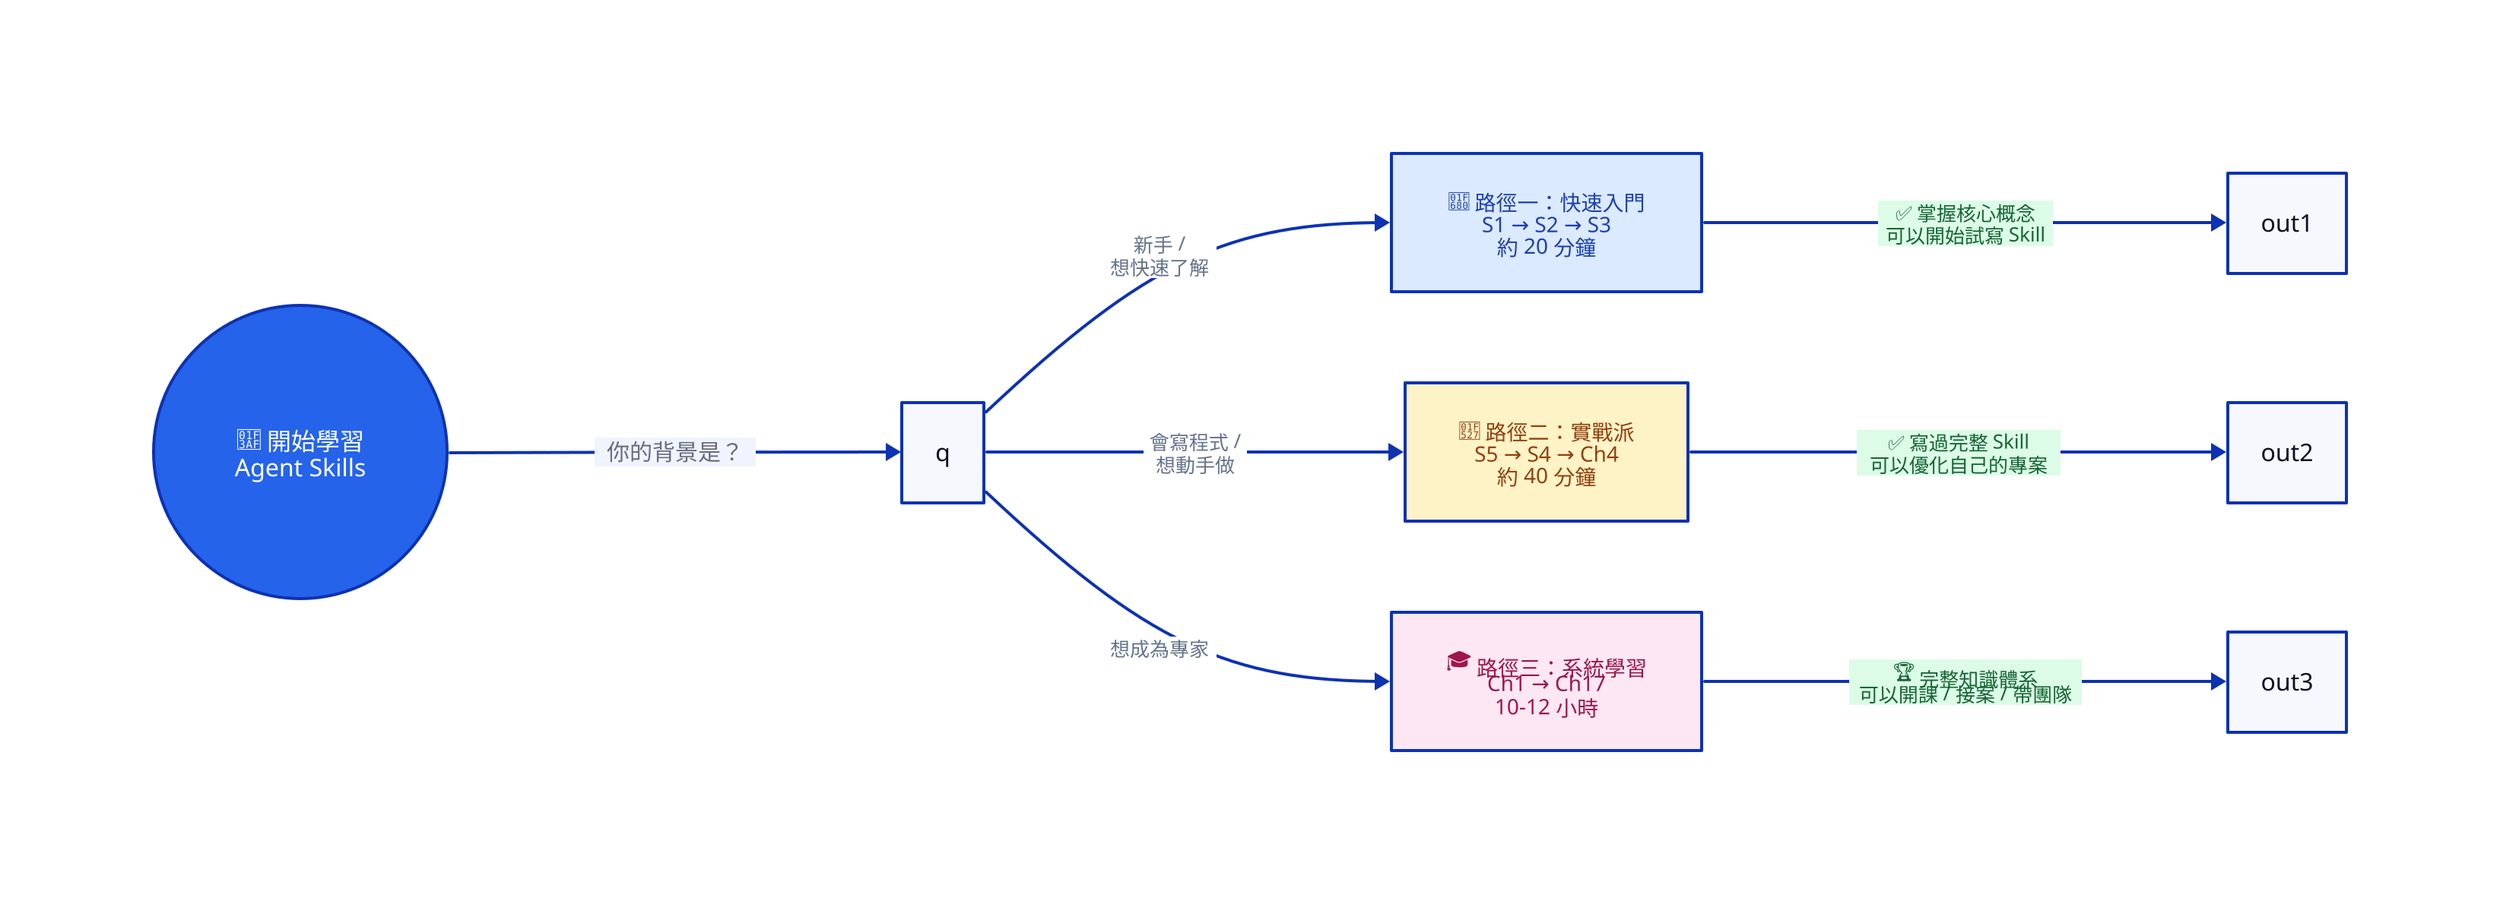
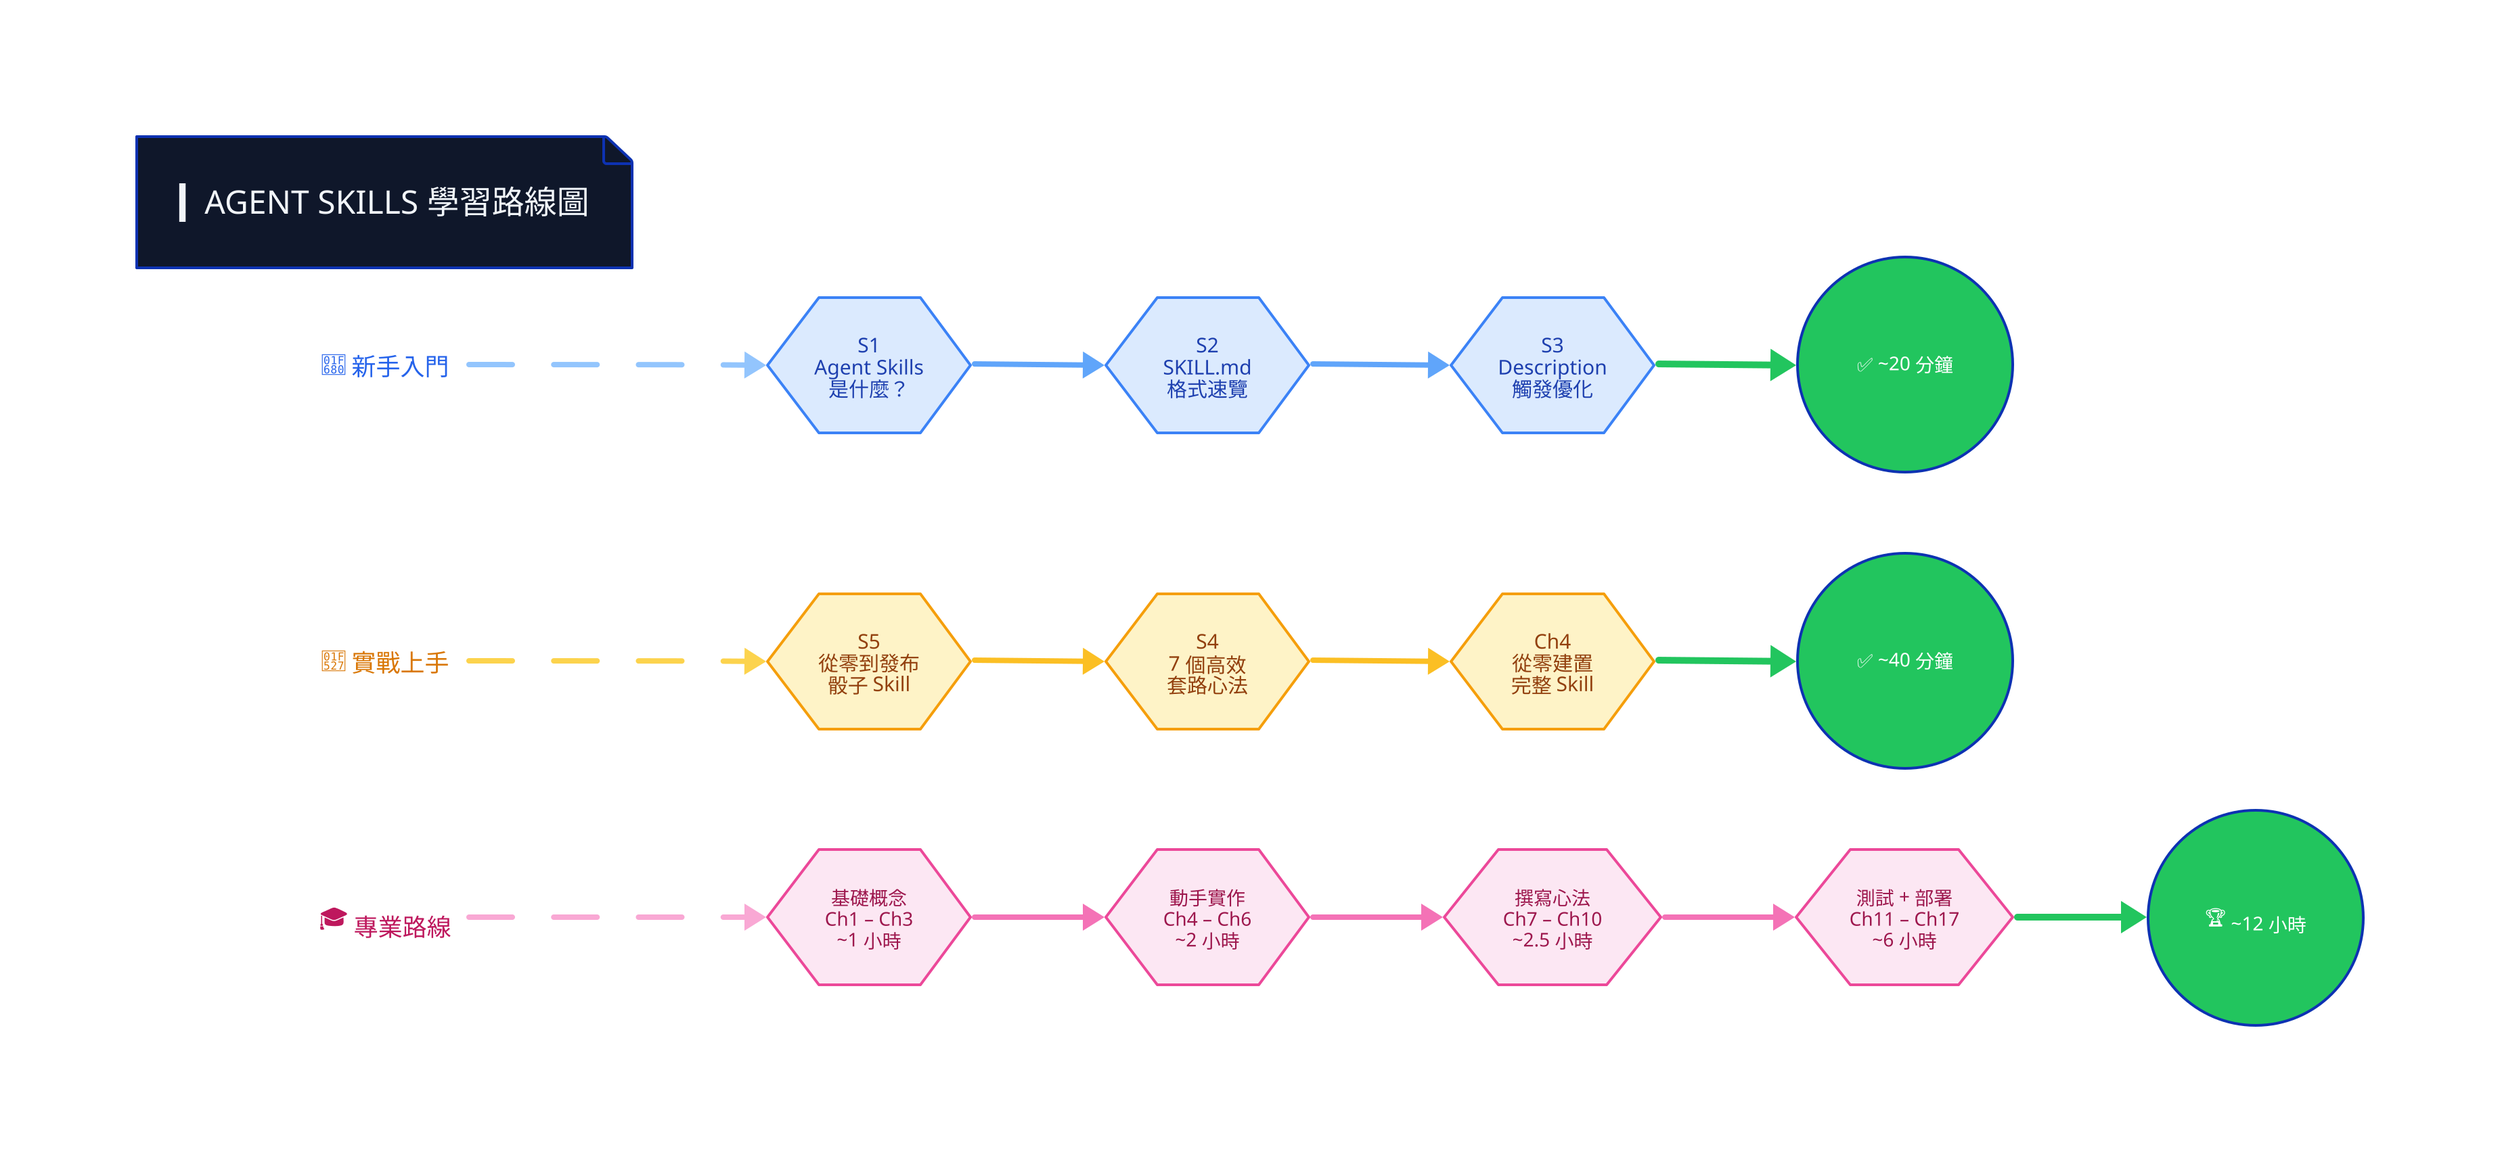
direction: right

- # 學習路線圖
- start: {
-   label: "🎯 開始學習\nAgent Skills"
-   shape: circle
-   style.fill: "#2563eb"
-   style.font-color: "white"
-   style.font-size: 16
+ title: {
+   label: "▎AGENT SKILLS 學習路線圖"
+   shape: page
+   style.fill: "#0f172a"
+   style.font-color: "#f1f5f9"
+   style.font-size: 24
  style.bold: true
}

- start -> q: "你的背景是？" {
-   style.fill: "#f0f4ff"
+ # ═══ Lane 1: 新手藍 ═══
+ L1_label: {
+   label: "🚀 新手入門"
+   style.font-size: 18
+   style.font-color: "#2563eb"
+   style.bold: true
+   shape: text
+ }
+ L1_label -> L1_S1: {
+   style.stroke: "#93c5fd"
+   style.stroke-width: 4
+   style.stroke-dash: 8
+ }
+ L1_S1: {
+   label: "S1\nAgent Skills\n是什麼？"
+   shape: hexagon
+   style.fill: "#dbeafe"
+   style.stroke: "#3b82f6"
+   style.stroke-width: 2
+   style.font-color: "#1e40af"
  style.font-size: 15
+   style.bold: true
+   width: 150
+   height: 100
+ }
+ L1_S1 -> L1_S2: { style.stroke: "#60a5fa"; style.stroke-width: 4 }
+ L1_S2: {
+   label: "S2\nSKILL.md\n格式速覽"
+   shape: hexagon
+   style.fill: "#dbeafe"; style.stroke: "#3b82f6"; style.stroke-width: 2
+   style.font-color: "#1e40af"; style.font-size: 15
+   width: 150; height: 100
+ }
+ L1_S2 -> L1_S3: { style.stroke: "#60a5fa"; style.stroke-width: 4 }
+ L1_S3: {
+   label: "S3\nDescription\n觸發優化"
+   shape: hexagon
+   style.fill: "#dbeafe"; style.stroke: "#3b82f6"; style.stroke-width: 2
+   style.font-color: "#1e40af"; style.font-size: 15
+   width: 150; height: 100
+ }
+ L1_S3 -> L1_DONE: { style.stroke: "#22c55e"; style.stroke-width: 5 }
+ L1_DONE: {
+   label: "✅ ~20 分鐘"
+   shape: circle
+   style.fill: "#22c55e"; style.font-color: "white";
+   style.font-size: 14; style.bold: true
}

- q -> r1: "新手 /\n想快速了解" {
-   style.font-color: "#64748b"
-   style.font-size: 13
+ # ═══ Lane 2: 實戰黃 ═══
+ L2_label: {
+   label: "🔧 實戰上手"
+   style.font-size: 18; style.font-color: "#d97706"; style.bold: true
+   shape: text
}
- q -> r2: "會寫程式 /\n想動手做" {
-   style.font-color: "#64748b"
-   style.font-size: 13
+ L2_label -> L2_S1: {
+   style.stroke: "#fcd34d"; style.stroke-width: 4; style.stroke-dash: 8
}
- q -> r3: "想成為專家" {
-   style.font-color: "#64748b"
-   style.font-size: 13
+ L2_S1: {
+   label: "S5\n從零到發布\n骰子 Skill"
+   shape: hexagon
+   style.fill: "#fef3c7"; style.stroke: "#f59e0b"; style.stroke-width: 2
+   style.font-color: "#92400e"; style.font-size: 15; style.bold: true
+   width: 150; height: 100
+ }
+ L2_S1 -> L2_S2: { style.stroke: "#fbbf24"; style.stroke-width: 4 }
+ L2_S2: {
+   label: "S4\n7 個高效\n套路心法"
+   shape: hexagon
+   style.fill: "#fef3c7"; style.stroke: "#f59e0b"; style.stroke-width: 2
+   style.font-color: "#92400e"; style.font-size: 15
+   width: 150; height: 100
+ }
+ L2_S2 -> L2_S3: { style.stroke: "#fbbf24"; style.stroke-width: 4 }
+ L2_S3: {
+   label: "Ch4\n從零建置\n完整 Skill"
+   shape: hexagon
+   style.fill: "#fef3c7"; style.stroke: "#f59e0b"; style.stroke-width: 2
+   style.font-color: "#92400e"; style.font-size: 15
+   width: 150; height: 100
+ }
+ L2_S3 -> L2_DONE: { style.stroke: "#22c55e"; style.stroke-width: 5 }
+ L2_DONE: {
+   label: "✅ ~40 分鐘"
+   shape: circle
+   style.fill: "#22c55e"; style.font-color: "white";
+   style.font-size: 14; style.bold: true
}

- r1: {
-   label: "🚀 路徑一：快速入門\nS1 → S2 → S3\n約 20 分鐘"
-   style.fill: "#dbeafe"
-   style.font-color: "#1e40af"
-   style.font-size: 14
+ # ═══ Lane 3: 專家粉 ═══
+ L3_label: {
+   label: "🎓 專業路線"
+   style.font-size: 18; style.font-color: "#be185d"; style.bold: true
+   shape: text
}
- r2: {
-   label: "🔧 路徑二：實戰派\nS5 → S4 → Ch4\n約 40 分鐘"
-   style.fill: "#fef3c7"
-   style.font-color: "#92400e"
-   style.font-size: 14
+ L3_label -> L3_S1: {
+   style.stroke: "#f9a8d4"; style.stroke-width: 4; style.stroke-dash: 8
}
- r3: {
-   label: "🎓 路徑三：系統學習\nCh1 → Ch17\n10-12 小時"
-   style.fill: "#fce7f3"
-   style.font-color: "#9d174d"
-   style.font-size: 14
+ L3_S1: {
+   label: "基礎概念\nCh1 – Ch3\n~1 小時"
+   shape: hexagon
+   style.fill: "#fce7f3"; style.stroke: "#ec4899"; style.stroke-width: 2
+   style.font-color: "#9d174d"; style.font-size: 14
+   width: 150; height: 100
}
- 
- r1 -> out1: {
-   label: "✅ 掌握核心概念\n可以開始試寫 Skill"
-   style.fill: "#dcfce7"
-   style.font-color: "#166534"
-   style.font-size: 13
+ L3_S1 -> L3_S2: { style.stroke: "#f472b6"; style.stroke-width: 4 }
+ L3_S2: {
+   label: "動手實作\nCh4 – Ch6\n~2 小時"
+   shape: hexagon
+   style.fill: "#fce7f3"; style.stroke: "#ec4899"; style.stroke-width: 2
+   style.font-color: "#9d174d"; style.font-size: 14
+   width: 150; height: 100
}
- r2 -> out2: {
-   label: "✅ 寫過完整 Skill\n可以優化自己的專案"
-   style.fill: "#dcfce7"
-   style.font-color: "#166534"
-   style.font-size: 13
+ L3_S2 -> L3_S3: { style.stroke: "#f472b6"; style.stroke-width: 4 }
+ L3_S3: {
+   label: "撰寫心法\nCh7 – Ch10\n~2.5 小時"
+   shape: hexagon
+   style.fill: "#fce7f3"; style.stroke: "#ec4899"; style.stroke-width: 2
+   style.font-color: "#9d174d"; style.font-size: 14
+   width: 160; height: 100
}
- r3 -> out3: {
-   label: "🏆 完整知識體系\n可以開課 / 接案 / 帶團隊"
-   style.fill: "#dcfce7"
-   style.font-color: "#166534"
-   style.font-size: 13
+ L3_S3 -> L3_S4: { style.stroke: "#f472b6"; style.stroke-width: 4 }
+ L3_S4: {
+   label: "測試 + 部署\nCh11 – Ch17\n~6 小時"
+   shape: hexagon
+   style.fill: "#fce7f3"; style.stroke: "#ec4899"; style.stroke-width: 2
+   style.font-color: "#9d174d"; style.font-size: 14
+   width: 160; height: 100
}
+ L3_S4 -> L3_DONE: { style.stroke: "#22c55e"; style.stroke-width: 5 }
+ L3_DONE: {
+   label: "🏆 ~12 小時"
+   shape: circle
+   style.fill: "#22c55e"; style.font-color: "white";
+   style.font-size: 14; style.bold: true
+ }
